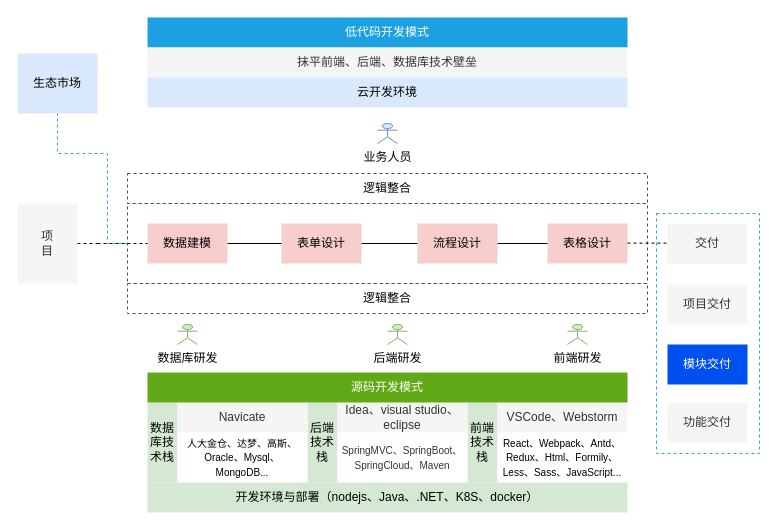
The draw.io diagram 低——研究内容——平台赋能项目开发.drawio in tangyaosimida/love, before the edit. Source tidied: cells renumbered, new cells numbered last; positions are measured from the earlier drawing's top-left corner, leaving out a move shared by most shapes. Both pictures are drawn from the tidied source at 100%, with x=0, y=0 at pixel (17, 17).
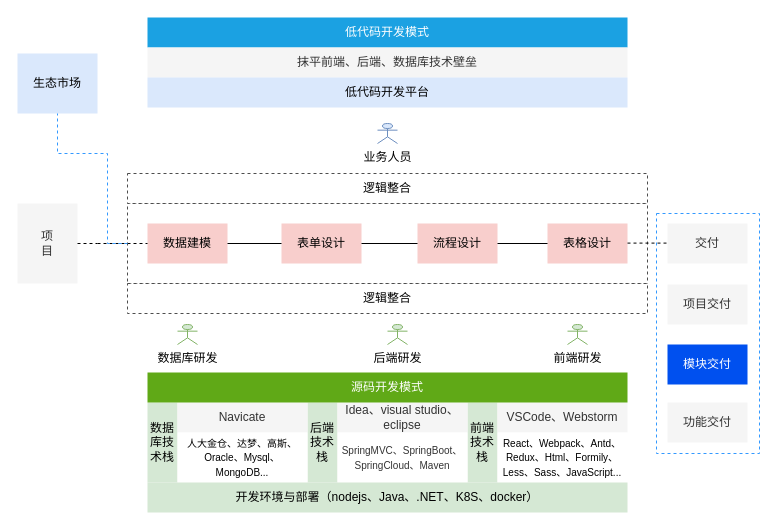
The same page after the edit.

Commit message:
更新低——研究内容——平台赋能项目开发.drawio

Diff of the diagram source:
```diff
@@
-    <mxCell id="44" value="云开发环境" style="rounded=0;whiteSpace=wrap;html=1;fillColor=#dae8fc;strokeColor=none;" parent="1" vertex="1">
+    <mxCell id="44" value="低代码开发平台" style="rounded=0;whiteSpace=wrap;html=1;fillColor=#dae8fc;strokeColor=none;" parent="1" vertex="1">
       <mxGeometry x="130" y="60" width="480" height="30" as="geometry" />
     </mxCell>
```
